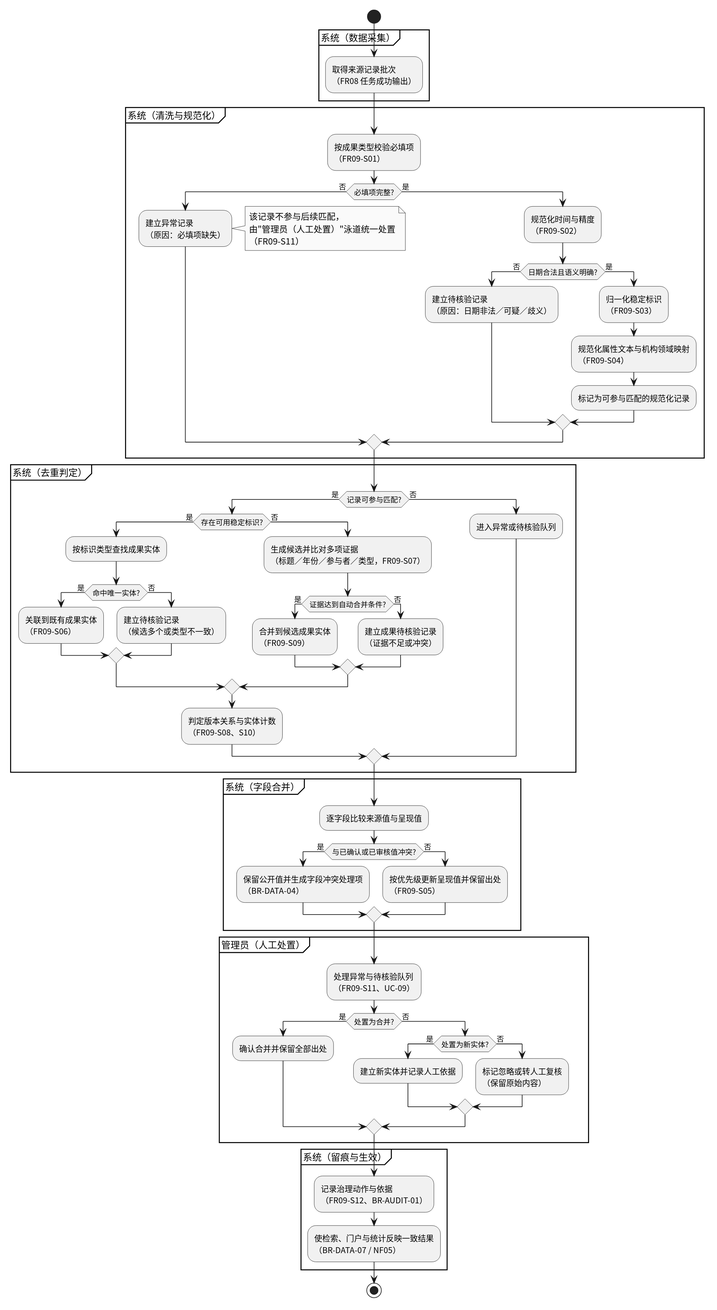
Earlier version of the PlantUML export docs/uml/governance/generated/governance-overview-activity.svg (CognitaNexus/CognitaNexus).
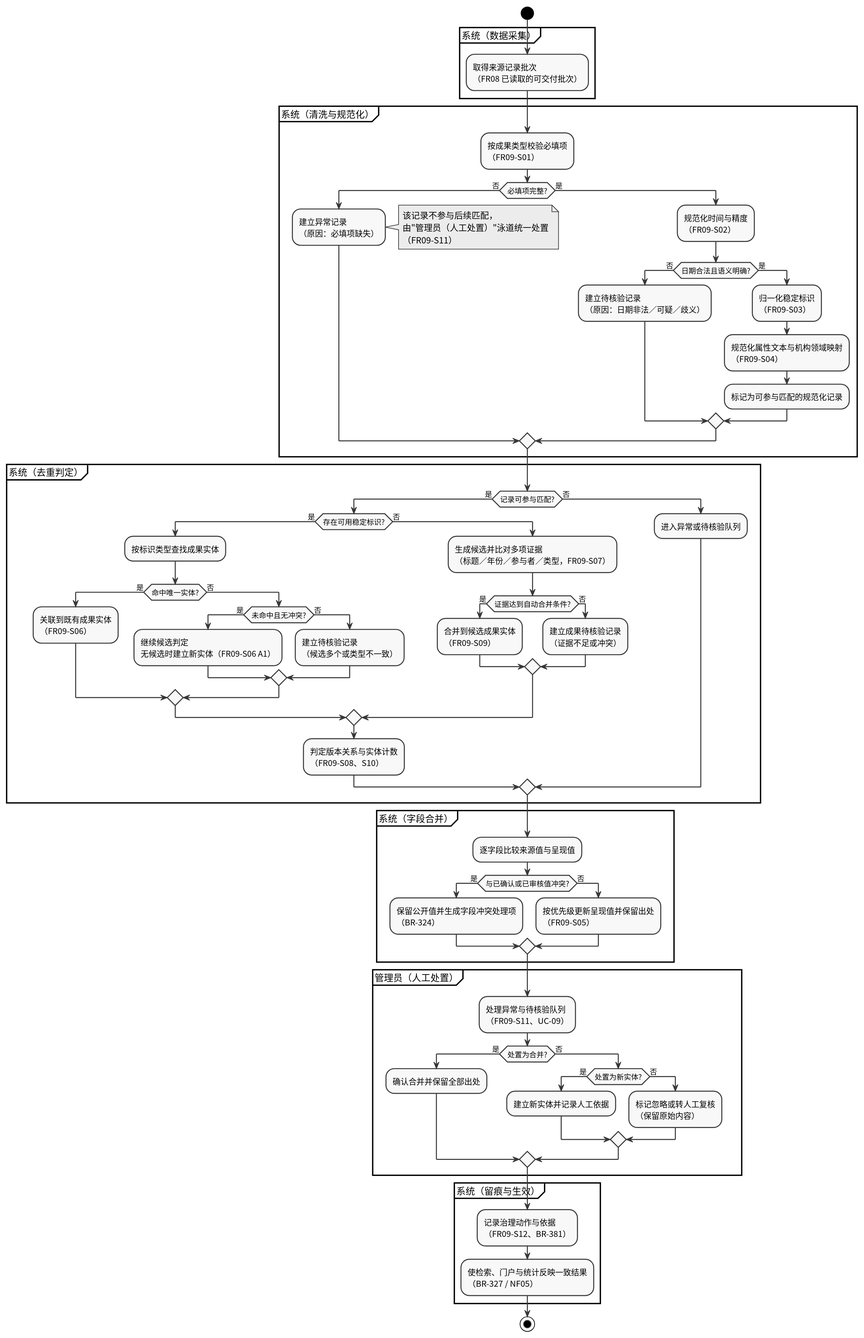
After the commit.

Change to the diagram source:
```diff
@@ -10,7 +10,7 @@
 
 partition "系统（数据采集）" {
   :取得来源记录批次
-  （FR08 任务成功输出）;
+  （FR08 已读取的可交付批次）;
 }
 
 partition "系统（清洗与规范化）" {
@@ -48,8 +48,13 @@
         :关联到既有成果实体
         （FR09-S06）;
       else (否)
-        :建立待核验记录
-        （候选多个或类型不一致）;
+        if (未命中且无冲突?) then (是)
+          :继续候选判定
+          无候选时建立新实体（FR09-S06 A1）;
+        else (否)
+          :建立待核验记录
+          （候选多个或类型不一致）;
+        endif
       endif
     else (否)
       :生成候选并比对多项证据
@@ -73,7 +78,7 @@
   :逐字段比较来源值与呈现值;
   if (与已确认或已审核值冲突?) then (是)
     :保留公开值并生成字段冲突处理项
-    （BR-DATA-04）;
+    （BR-324）;
   else (否)
     :按优先级更新呈现值并保留出处
     （FR09-S05）;
@@ -97,9 +102,9 @@
 
 partition "系统（留痕与生效）" {
   :记录治理动作与依据
-  （FR09-S12、BR-AUDIT-01）;
+  （FR09-S12、BR-381）;
   :使检索、门户与统计反映一致结果
-  （BR-DATA-07 / NF05）;
+  （BR-327 / NF05）;
 }
 
 stop
```
